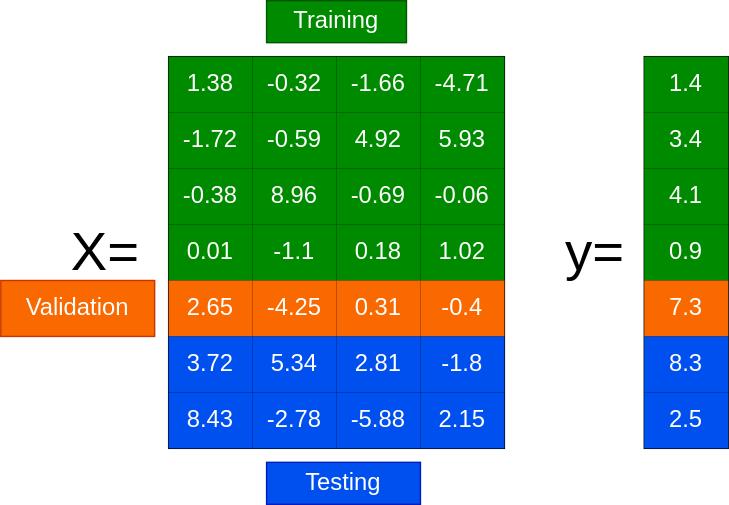
Before: images/split-data-three.svg, a diagram exported from draw.io (thomasjpfan/ml-workshop-intermediate-1-of-2). Source tidied: cells renumbered, new cells last; positions are measured from the earlier drawing's top-left corner, leaving out a move shared by most shapes.
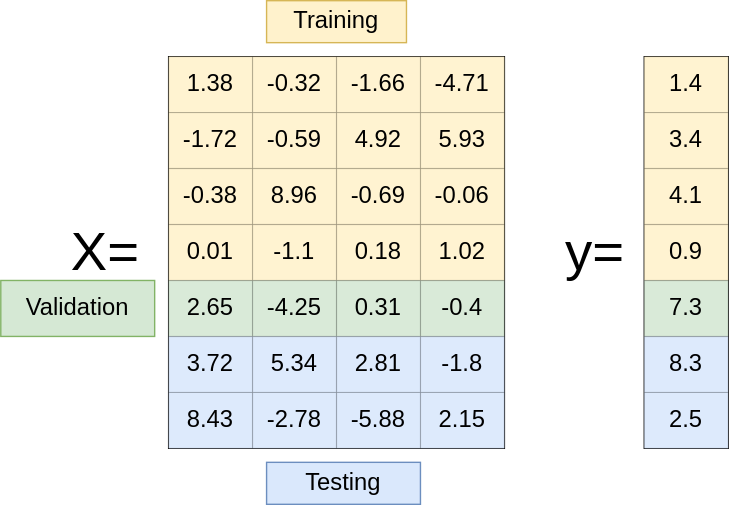
After the commit.

What changed in the source:
```diff
@@ -14,106 +14,106 @@
     <mxCell id="5" style="shape=partialRectangle;html=1;whiteSpace=wrap;fillColor=none;top=0;left=0;bottom=0;right=0;fontSize=17;" parent="4" vertex="1">
       <mxGeometry width="240" height="40" as="geometry" />
     </mxCell>
-    <mxCell id="6" value="1.38" style="shape=partialRectangle;html=1;whiteSpace=wrap;overflow=hidden;top=0;left=0;bottom=0;right=0;fontSize=17;strokeColor=#005700;fillColor=#008a00;fontColor=#ffffff;" parent="5" vertex="1">
+    <mxCell id="6" value="1.38" style="shape=partialRectangle;html=1;whiteSpace=wrap;overflow=hidden;top=0;left=0;bottom=0;right=0;fontSize=17;strokeColor=#d6b656;fillColor=#fff2cc;opacity=90;" parent="5" vertex="1">
       <mxGeometry width="60" height="40" as="geometry" />
     </mxCell>
-    <mxCell id="7" value="-0.32" style="shape=partialRectangle;html=1;whiteSpace=wrap;overflow=hidden;top=0;left=0;bottom=0;right=0;fontSize=17;strokeColor=#005700;fillColor=#008a00;fontColor=#ffffff;" parent="5" vertex="1">
+    <mxCell id="7" value="-0.32" style="shape=partialRectangle;html=1;whiteSpace=wrap;overflow=hidden;top=0;left=0;bottom=0;right=0;fontSize=17;strokeColor=#d6b656;fillColor=#fff2cc;opacity=90;" parent="5" vertex="1">
       <mxGeometry x="60" width="60" height="40" as="geometry" />
     </mxCell>
-    <mxCell id="8" value="-1.66" style="shape=partialRectangle;html=1;whiteSpace=wrap;overflow=hidden;top=0;left=0;bottom=0;right=0;fontSize=17;strokeColor=#005700;fillColor=#008a00;fontColor=#ffffff;" parent="5" vertex="1">
+    <mxCell id="8" value="-1.66" style="shape=partialRectangle;html=1;whiteSpace=wrap;overflow=hidden;top=0;left=0;bottom=0;right=0;fontSize=17;strokeColor=#d6b656;fillColor=#fff2cc;opacity=90;" parent="5" vertex="1">
       <mxGeometry x="120" width="60" height="40" as="geometry" />
     </mxCell>
-    <mxCell id="9" value="-4.71" style="shape=partialRectangle;html=1;whiteSpace=wrap;overflow=hidden;top=0;left=0;bottom=0;right=0;fontSize=17;strokeColor=#005700;fillColor=#008a00;fontColor=#ffffff;" parent="5" vertex="1">
+    <mxCell id="9" value="-4.71" style="shape=partialRectangle;html=1;whiteSpace=wrap;overflow=hidden;top=0;left=0;bottom=0;right=0;fontSize=17;strokeColor=#d6b656;fillColor=#fff2cc;opacity=90;" parent="5" vertex="1">
       <mxGeometry x="180" width="60" height="40" as="geometry" />
     </mxCell>
     <mxCell id="10" style="shape=partialRectangle;html=1;whiteSpace=wrap;fillColor=none;top=0;left=0;bottom=0;right=0;fontSize=17;" parent="4" vertex="1">
       <mxGeometry y="40" width="240" height="40" as="geometry" />
     </mxCell>
-    <mxCell id="11" value="-1.72" style="shape=partialRectangle;html=1;whiteSpace=wrap;overflow=hidden;top=0;left=0;bottom=0;right=0;fontSize=17;fillColor=#008a00;strokeColor=#005700;fontColor=#ffffff;" parent="10" vertex="1">
+    <mxCell id="11" value="-1.72" style="shape=partialRectangle;html=1;whiteSpace=wrap;overflow=hidden;top=0;left=0;bottom=0;right=0;fontSize=17;fillColor=#fff2cc;strokeColor=#d6b656;opacity=90;" parent="10" vertex="1">
       <mxGeometry width="60" height="40" as="geometry" />
     </mxCell>
-    <mxCell id="12" value="-0.59" style="shape=partialRectangle;html=1;whiteSpace=wrap;overflow=hidden;top=0;left=0;bottom=0;right=0;fontSize=17;strokeColor=#005700;fillColor=#008a00;fontColor=#ffffff;" parent="10" vertex="1">
+    <mxCell id="12" value="-0.59" style="shape=partialRectangle;html=1;whiteSpace=wrap;overflow=hidden;top=0;left=0;bottom=0;right=0;fontSize=17;strokeColor=#d6b656;fillColor=#fff2cc;opacity=90;" parent="10" vertex="1">
       <mxGeometry x="60" width="60" height="40" as="geometry" />
     </mxCell>
-    <mxCell id="13" value="4.92" style="shape=partialRectangle;html=1;whiteSpace=wrap;overflow=hidden;top=0;left=0;bottom=0;right=0;fontSize=17;fillColor=#008a00;strokeColor=#005700;fontColor=#ffffff;" parent="10" vertex="1">
+    <mxCell id="13" value="4.92" style="shape=partialRectangle;html=1;whiteSpace=wrap;overflow=hidden;top=0;left=0;bottom=0;right=0;fontSize=17;fillColor=#fff2cc;strokeColor=#d6b656;opacity=90;" parent="10" vertex="1">
       <mxGeometry x="120" width="60" height="40" as="geometry" />
     </mxCell>
-    <mxCell id="14" value="5.93" style="shape=partialRectangle;html=1;whiteSpace=wrap;overflow=hidden;top=0;left=0;bottom=0;right=0;fontSize=17;fillColor=#008a00;strokeColor=#005700;fontColor=#ffffff;" parent="10" vertex="1">
+    <mxCell id="14" value="5.93" style="shape=partialRectangle;html=1;whiteSpace=wrap;overflow=hidden;top=0;left=0;bottom=0;right=0;fontSize=17;fillColor=#fff2cc;strokeColor=#d6b656;opacity=90;" parent="10" vertex="1">
       <mxGeometry x="180" width="60" height="40" as="geometry" />
     </mxCell>
     <mxCell id="15" style="shape=partialRectangle;html=1;whiteSpace=wrap;fillColor=none;top=0;left=0;bottom=0;right=0;fontSize=17;" parent="4" vertex="1">
       <mxGeometry y="80" width="240" height="40" as="geometry" />
     </mxCell>
-    <mxCell id="16" value="-0.38" style="shape=partialRectangle;html=1;whiteSpace=wrap;overflow=hidden;top=0;left=0;bottom=0;right=0;fontSize=17;fillColor=#008a00;strokeColor=#005700;fontColor=#ffffff;" parent="15" vertex="1">
+    <mxCell id="16" value="-0.38" style="shape=partialRectangle;html=1;whiteSpace=wrap;overflow=hidden;top=0;left=0;bottom=0;right=0;fontSize=17;fillColor=#fff2cc;strokeColor=#d6b656;opacity=90;" parent="15" vertex="1">
       <mxGeometry width="60" height="40" as="geometry" />
     </mxCell>
-    <mxCell id="17" value="8.96" style="shape=partialRectangle;html=1;whiteSpace=wrap;overflow=hidden;top=0;left=0;bottom=0;right=0;fontSize=17;strokeColor=#005700;fillColor=#008a00;fontColor=#ffffff;" parent="15" vertex="1">
+    <mxCell id="17" value="8.96" style="shape=partialRectangle;html=1;whiteSpace=wrap;overflow=hidden;top=0;left=0;bottom=0;right=0;fontSize=17;strokeColor=#d6b656;fillColor=#fff2cc;opacity=90;" parent="15" vertex="1">
       <mxGeometry x="60" width="60" height="40" as="geometry" />
     </mxCell>
-    <mxCell id="18" value="-0.69" style="shape=partialRectangle;html=1;whiteSpace=wrap;overflow=hidden;top=0;left=0;bottom=0;right=0;fontSize=17;fillColor=#008a00;strokeColor=#005700;fontColor=#ffffff;" parent="15" vertex="1">
+    <mxCell id="18" value="-0.69" style="shape=partialRectangle;html=1;whiteSpace=wrap;overflow=hidden;top=0;left=0;bottom=0;right=0;fontSize=17;fillColor=#fff2cc;strokeColor=#d6b656;opacity=90;" parent="15" vertex="1">
       <mxGeometry x="120" width="60" height="40" as="geometry" />
     </mxCell>
-    <mxCell id="19" value="-0.06" style="shape=partialRectangle;html=1;whiteSpace=wrap;overflow=hidden;top=0;left=0;bottom=0;right=0;fontSize=17;fillColor=#008a00;strokeColor=#005700;fontColor=#ffffff;" parent="15" vertex="1">
+    <mxCell id="19" value="-0.06" style="shape=partialRectangle;html=1;whiteSpace=wrap;overflow=hidden;top=0;left=0;bottom=0;right=0;fontSize=17;fillColor=#fff2cc;strokeColor=#d6b656;opacity=90;" parent="15" vertex="1">
       <mxGeometry x="180" width="60" height="40" as="geometry" />
     </mxCell>
     <mxCell id="20" style="shape=partialRectangle;html=1;whiteSpace=wrap;fillColor=none;top=0;left=0;bottom=0;right=0;fontSize=17;" parent="4" vertex="1">
       <mxGeometry y="120" width="240" height="40" as="geometry" />
     </mxCell>
-    <mxCell id="21" value="0.01" style="shape=partialRectangle;html=1;whiteSpace=wrap;overflow=hidden;top=0;left=0;bottom=0;right=0;fontSize=17;fillColor=#008a00;strokeColor=#005700;fontColor=#ffffff;" parent="20" vertex="1">
+    <mxCell id="21" value="0.01" style="shape=partialRectangle;html=1;whiteSpace=wrap;overflow=hidden;top=0;left=0;bottom=0;right=0;fontSize=17;fillColor=#fff2cc;strokeColor=#d6b656;opacity=90;" parent="20" vertex="1">
       <mxGeometry width="60" height="40" as="geometry" />
     </mxCell>
-    <mxCell id="22" value="-1.1" style="shape=partialRectangle;html=1;whiteSpace=wrap;overflow=hidden;top=0;left=0;bottom=0;right=0;fontSize=17;strokeColor=#005700;fillColor=#008a00;fontColor=#ffffff;" parent="20" vertex="1">
+    <mxCell id="22" value="-1.1" style="shape=partialRectangle;html=1;whiteSpace=wrap;overflow=hidden;top=0;left=0;bottom=0;right=0;fontSize=17;strokeColor=#d6b656;fillColor=#fff2cc;opacity=90;" parent="20" vertex="1">
       <mxGeometry x="60" width="60" height="40" as="geometry" />
     </mxCell>
-    <mxCell id="23" value="0.18" style="shape=partialRectangle;html=1;whiteSpace=wrap;overflow=hidden;top=0;left=0;bottom=0;right=0;fontSize=17;fillColor=#008a00;strokeColor=#005700;fontColor=#ffffff;" parent="20" vertex="1">
+    <mxCell id="23" value="0.18" style="shape=partialRectangle;html=1;whiteSpace=wrap;overflow=hidden;top=0;left=0;bottom=0;right=0;fontSize=17;fillColor=#fff2cc;strokeColor=#d6b656;opacity=90;" parent="20" vertex="1">
       <mxGeometry x="120" width="60" height="40" as="geometry" />
     </mxCell>
-    <mxCell id="24" value="1.02" style="shape=partialRectangle;html=1;whiteSpace=wrap;overflow=hidden;top=0;left=0;bottom=0;right=0;fontSize=17;fillColor=#008a00;strokeColor=#005700;fontColor=#ffffff;" parent="20" vertex="1">
+    <mxCell id="24" value="1.02" style="shape=partialRectangle;html=1;whiteSpace=wrap;overflow=hidden;top=0;left=0;bottom=0;right=0;fontSize=17;fillColor=#fff2cc;strokeColor=#d6b656;opacity=90;" parent="20" vertex="1">
       <mxGeometry x="180" width="60" height="40" as="geometry" />
     </mxCell>
     <mxCell id="25" style="shape=partialRectangle;html=1;whiteSpace=wrap;fillColor=none;top=0;left=0;bottom=0;right=0;fontSize=17;" parent="4" vertex="1">
       <mxGeometry y="160" width="240" height="40" as="geometry" />
     </mxCell>
-    <mxCell id="26" value="2.65" style="shape=partialRectangle;html=1;whiteSpace=wrap;overflow=hidden;top=0;left=0;bottom=0;right=0;fontSize=17;fillColor=#fa6800;strokeColor=#C73500;fontColor=#ffffff;" parent="25" vertex="1">
+    <mxCell id="26" value="2.65" style="shape=partialRectangle;html=1;whiteSpace=wrap;overflow=hidden;top=0;left=0;bottom=0;right=0;fontSize=17;fillColor=#d5e8d4;strokeColor=#82b366;opacity=90;" parent="25" vertex="1">
       <mxGeometry width="60" height="40" as="geometry" />
     </mxCell>
-    <mxCell id="27" value="-4.25" style="shape=partialRectangle;html=1;whiteSpace=wrap;overflow=hidden;top=0;left=0;bottom=0;right=0;fontSize=17;strokeColor=#C73500;fillColor=#fa6800;fontColor=#ffffff;" parent="25" vertex="1">
+    <mxCell id="27" value="-4.25" style="shape=partialRectangle;html=1;whiteSpace=wrap;overflow=hidden;top=0;left=0;bottom=0;right=0;fontSize=17;strokeColor=#82b366;fillColor=#d5e8d4;opacity=90;" parent="25" vertex="1">
       <mxGeometry x="60" width="60" height="40" as="geometry" />
     </mxCell>
-    <mxCell id="28" value="0.31" style="shape=partialRectangle;html=1;whiteSpace=wrap;overflow=hidden;top=0;left=0;bottom=0;right=0;fontSize=17;fillColor=#fa6800;strokeColor=#C73500;fontColor=#ffffff;" parent="25" vertex="1">
+    <mxCell id="28" value="0.31" style="shape=partialRectangle;html=1;whiteSpace=wrap;overflow=hidden;top=0;left=0;bottom=0;right=0;fontSize=17;fillColor=#d5e8d4;strokeColor=#82b366;opacity=90;" parent="25" vertex="1">
       <mxGeometry x="120" width="60" height="40" as="geometry" />
     </mxCell>
-    <mxCell id="29" value="-0.4" style="shape=partialRectangle;html=1;whiteSpace=wrap;overflow=hidden;top=0;left=0;bottom=0;right=0;fontSize=17;fillColor=#fa6800;strokeColor=#C73500;fontColor=#ffffff;" parent="25" vertex="1">
+    <mxCell id="29" value="-0.4" style="shape=partialRectangle;html=1;whiteSpace=wrap;overflow=hidden;top=0;left=0;bottom=0;right=0;fontSize=17;fillColor=#d5e8d4;strokeColor=#82b366;opacity=90;" parent="25" vertex="1">
       <mxGeometry x="180" width="60" height="40" as="geometry" />
     </mxCell>
     <mxCell id="30" style="shape=partialRectangle;html=1;whiteSpace=wrap;fillColor=none;top=0;left=0;bottom=0;right=0;fontSize=17;" parent="4" vertex="1">
       <mxGeometry y="200" width="240" height="40" as="geometry" />
     </mxCell>
-    <mxCell id="31" value="3.72" style="shape=partialRectangle;html=1;whiteSpace=wrap;overflow=hidden;fillColor=#0050ef;top=0;left=0;bottom=0;right=0;fontSize=17;strokeColor=#001DBC;fontColor=#ffffff;" parent="30" vertex="1">
+    <mxCell id="31" value="3.72" style="shape=partialRectangle;html=1;whiteSpace=wrap;overflow=hidden;fillColor=#dae8fc;top=0;left=0;bottom=0;right=0;fontSize=17;strokeColor=#6c8ebf;opacity=90;" parent="30" vertex="1">
       <mxGeometry width="60" height="40" as="geometry" />
     </mxCell>
-    <mxCell id="32" value="5.34" style="shape=partialRectangle;html=1;whiteSpace=wrap;overflow=hidden;top=0;left=0;bottom=0;right=0;fontSize=17;strokeColor=#001DBC;fillColor=#0050ef;fontColor=#ffffff;" parent="30" vertex="1">
+    <mxCell id="32" value="5.34" style="shape=partialRectangle;html=1;whiteSpace=wrap;overflow=hidden;top=0;left=0;bottom=0;right=0;fontSize=17;strokeColor=#6c8ebf;fillColor=#dae8fc;opacity=90;" parent="30" vertex="1">
       <mxGeometry x="60" width="60" height="40" as="geometry" />
     </mxCell>
-    <mxCell id="33" value="2.81" style="shape=partialRectangle;html=1;whiteSpace=wrap;overflow=hidden;fillColor=#0050ef;top=0;left=0;bottom=0;right=0;fontSize=17;strokeColor=#001DBC;fontColor=#ffffff;" parent="30" vertex="1">
+    <mxCell id="33" value="2.81" style="shape=partialRectangle;html=1;whiteSpace=wrap;overflow=hidden;fillColor=#dae8fc;top=0;left=0;bottom=0;right=0;fontSize=17;strokeColor=#6c8ebf;opacity=90;" parent="30" vertex="1">
       <mxGeometry x="120" width="60" height="40" as="geometry" />
     </mxCell>
-    <mxCell id="34" value="-1.8" style="shape=partialRectangle;html=1;whiteSpace=wrap;overflow=hidden;fillColor=#0050ef;top=0;left=0;bottom=0;right=0;fontSize=17;strokeColor=#001DBC;fontColor=#ffffff;" parent="30" vertex="1">
+    <mxCell id="34" value="-1.8" style="shape=partialRectangle;html=1;whiteSpace=wrap;overflow=hidden;fillColor=#dae8fc;top=0;left=0;bottom=0;right=0;fontSize=17;strokeColor=#6c8ebf;opacity=90;" parent="30" vertex="1">
       <mxGeometry x="180" width="60" height="40" as="geometry" />
     </mxCell>
     <mxCell id="35" style="shape=partialRectangle;html=1;whiteSpace=wrap;fillColor=none;top=0;left=0;bottom=0;right=0;fontSize=17;" parent="4" vertex="1">
       <mxGeometry y="240" width="240" height="40" as="geometry" />
     </mxCell>
-    <mxCell id="36" value="8.43" style="shape=partialRectangle;html=1;whiteSpace=wrap;overflow=hidden;fillColor=#0050ef;top=0;left=0;bottom=0;right=0;fontSize=17;strokeColor=#001DBC;fontColor=#ffffff;" parent="35" vertex="1">
+    <mxCell id="36" value="8.43" style="shape=partialRectangle;html=1;whiteSpace=wrap;overflow=hidden;fillColor=#dae8fc;top=0;left=0;bottom=0;right=0;fontSize=17;strokeColor=#6c8ebf;opacity=90;" parent="35" vertex="1">
       <mxGeometry width="60" height="40" as="geometry" />
     </mxCell>
-    <mxCell id="37" value="-2.78" style="shape=partialRectangle;html=1;whiteSpace=wrap;overflow=hidden;top=0;left=0;bottom=0;right=0;fontSize=17;strokeColor=#001DBC;fillColor=#0050ef;fontColor=#ffffff;" parent="35" vertex="1">
+    <mxCell id="37" value="-2.78" style="shape=partialRectangle;html=1;whiteSpace=wrap;overflow=hidden;top=0;left=0;bottom=0;right=0;fontSize=17;strokeColor=#6c8ebf;fillColor=#dae8fc;opacity=90;" parent="35" vertex="1">
       <mxGeometry x="60" width="60" height="40" as="geometry" />
     </mxCell>
-    <mxCell id="38" value="-5.88" style="shape=partialRectangle;html=1;whiteSpace=wrap;overflow=hidden;fillColor=#0050ef;top=0;left=0;bottom=0;right=0;fontSize=17;strokeColor=#001DBC;fontColor=#ffffff;" parent="35" vertex="1">
+    <mxCell id="38" value="-5.88" style="shape=partialRectangle;html=1;whiteSpace=wrap;overflow=hidden;fillColor=#dae8fc;top=0;left=0;bottom=0;right=0;fontSize=17;strokeColor=#6c8ebf;opacity=90;" parent="35" vertex="1">
       <mxGeometry x="120" width="60" height="40" as="geometry" />
     </mxCell>
-    <mxCell id="39" value="2.15" style="shape=partialRectangle;html=1;whiteSpace=wrap;overflow=hidden;fillColor=#0050ef;top=0;left=0;bottom=0;right=0;fontSize=17;strokeColor=#001DBC;fontColor=#ffffff;" parent="35" vertex="1">
+    <mxCell id="39" value="2.15" style="shape=partialRectangle;html=1;whiteSpace=wrap;overflow=hidden;fillColor=#dae8fc;top=0;left=0;bottom=0;right=0;fontSize=17;strokeColor=#6c8ebf;opacity=90;" parent="35" vertex="1">
       <mxGeometry x="180" width="60" height="40" as="geometry" />
     </mxCell>
     <mxCell id="40" style="shape=table;html=1;whiteSpace=wrap;startSize=0;fontSize=17;" parent="1" vertex="1">
@@ -122,52 +122,52 @@
     <mxCell id="41" style="shape=partialRectangle;html=1;whiteSpace=wrap;fillColor=none;top=0;left=0;bottom=0;right=0;" parent="40" vertex="1">
       <mxGeometry width="60" height="40" as="geometry" />
     </mxCell>
-    <mxCell id="42" value="1.4" style="shape=partialRectangle;html=1;whiteSpace=wrap;overflow=hidden;fillColor=#008a00;top=0;left=0;bottom=0;right=0;strokeColor=#005700;fontColor=#ffffff;fontSize=17;" parent="41" vertex="1">
+    <mxCell id="42" value="1.4" style="shape=partialRectangle;html=1;whiteSpace=wrap;overflow=hidden;fillColor=#fff2cc;top=0;left=0;bottom=0;right=0;strokeColor=#d6b656;fontSize=17;opacity=90;" parent="41" vertex="1">
       <mxGeometry width="60" height="40" as="geometry" />
     </mxCell>
     <mxCell id="43" style="shape=partialRectangle;html=1;whiteSpace=wrap;fillColor=none;top=0;left=0;bottom=0;right=0;" parent="40" vertex="1">
       <mxGeometry y="40" width="60" height="40" as="geometry" />
     </mxCell>
-    <mxCell id="44" value="3.4" style="shape=partialRectangle;html=1;whiteSpace=wrap;overflow=hidden;fillColor=#008a00;top=0;left=0;bottom=0;right=0;strokeColor=#005700;fontColor=#ffffff;fontSize=17;" parent="43" vertex="1">
+    <mxCell id="44" value="3.4" style="shape=partialRectangle;html=1;whiteSpace=wrap;overflow=hidden;fillColor=#fff2cc;top=0;left=0;bottom=0;right=0;strokeColor=#d6b656;fontSize=17;opacity=90;" parent="43" vertex="1">
       <mxGeometry width="60" height="40" as="geometry" />
     </mxCell>
     <mxCell id="45" style="shape=partialRectangle;html=1;whiteSpace=wrap;fillColor=none;top=0;left=0;bottom=0;right=0;" parent="40" vertex="1">
       <mxGeometry y="80" width="60" height="40" as="geometry" />
     </mxCell>
-    <mxCell id="46" value="4.1" style="shape=partialRectangle;html=1;whiteSpace=wrap;overflow=hidden;fillColor=#008a00;top=0;left=0;bottom=0;right=0;strokeColor=#005700;fontColor=#ffffff;fontSize=17;" parent="45" vertex="1">
+    <mxCell id="46" value="4.1" style="shape=partialRectangle;html=1;whiteSpace=wrap;overflow=hidden;fillColor=#fff2cc;top=0;left=0;bottom=0;right=0;strokeColor=#d6b656;fontSize=17;opacity=90;" parent="45" vertex="1">
       <mxGeometry width="60" height="40" as="geometry" />
     </mxCell>
     <mxCell id="47" style="shape=partialRectangle;html=1;whiteSpace=wrap;fillColor=none;top=0;left=0;bottom=0;right=0;" parent="40" vertex="1">
       <mxGeometry y="120" width="60" height="40" as="geometry" />
     </mxCell>
-    <mxCell id="48" value="0.9" style="shape=partialRectangle;html=1;whiteSpace=wrap;overflow=hidden;fillColor=#008a00;top=0;left=0;bottom=0;right=0;strokeColor=#005700;fontColor=#ffffff;fontSize=17;" parent="47" vertex="1">
+    <mxCell id="48" value="0.9" style="shape=partialRectangle;html=1;whiteSpace=wrap;overflow=hidden;fillColor=#fff2cc;top=0;left=0;bottom=0;right=0;strokeColor=#d6b656;fontSize=17;opacity=90;" parent="47" vertex="1">
       <mxGeometry width="60" height="40" as="geometry" />
     </mxCell>
     <mxCell id="49" style="shape=partialRectangle;html=1;whiteSpace=wrap;fillColor=none;top=0;left=0;bottom=0;right=0;" parent="40" vertex="1">
       <mxGeometry y="160" width="60" height="40" as="geometry" />
     </mxCell>
-    <mxCell id="50" value="7.3" style="shape=partialRectangle;html=1;whiteSpace=wrap;overflow=hidden;fillColor=#fa6800;top=0;left=0;bottom=0;right=0;strokeColor=#C73500;fontColor=#ffffff;fontSize=17;" parent="49" vertex="1">
+    <mxCell id="50" value="7.3" style="shape=partialRectangle;html=1;whiteSpace=wrap;overflow=hidden;fillColor=#d5e8d4;top=0;left=0;bottom=0;right=0;strokeColor=#82b366;fontSize=17;opacity=90;" parent="49" vertex="1">
       <mxGeometry width="60" height="40" as="geometry" />
     </mxCell>
     <mxCell id="51" style="shape=partialRectangle;html=1;whiteSpace=wrap;fillColor=none;top=0;left=0;bottom=0;right=0;" parent="40" vertex="1">
       <mxGeometry y="200" width="60" height="40" as="geometry" />
     </mxCell>
-    <mxCell id="52" value="8.3" style="shape=partialRectangle;html=1;whiteSpace=wrap;overflow=hidden;fillColor=#0050ef;top=0;left=0;bottom=0;right=0;strokeColor=#001DBC;fontColor=#ffffff;fontSize=17;" parent="51" vertex="1">
+    <mxCell id="52" value="8.3" style="shape=partialRectangle;html=1;whiteSpace=wrap;overflow=hidden;fillColor=#dae8fc;top=0;left=0;bottom=0;right=0;strokeColor=#6c8ebf;fontSize=17;opacity=90;" parent="51" vertex="1">
       <mxGeometry width="60" height="40" as="geometry" />
     </mxCell>
     <mxCell id="53" style="shape=partialRectangle;html=1;whiteSpace=wrap;fillColor=none;top=0;left=0;bottom=0;right=0;" parent="40" vertex="1">
       <mxGeometry y="240" width="60" height="40" as="geometry" />
     </mxCell>
-    <mxCell id="54" value="2.5" style="shape=partialRectangle;html=1;whiteSpace=wrap;overflow=hidden;fillColor=#0050ef;top=0;left=0;bottom=0;right=0;strokeColor=#001DBC;fontColor=#ffffff;fontSize=17;" parent="53" vertex="1">
+    <mxCell id="54" value="2.5" style="shape=partialRectangle;html=1;whiteSpace=wrap;overflow=hidden;fillColor=#dae8fc;top=0;left=0;bottom=0;right=0;strokeColor=#6c8ebf;fontSize=17;opacity=90;" parent="53" vertex="1">
       <mxGeometry width="60" height="40" as="geometry" />
     </mxCell>
-    <mxCell id="55" value="Training" style="text;html=1;strokeColor=#005700;fillColor=#008a00;align=center;verticalAlign=middle;whiteSpace=wrap;rounded=0;labelBackgroundColor=none;fontSize=17;fontColor=#ffffff;" parent="1" vertex="1">
+    <mxCell id="55" value="Training" style="text;html=1;strokeColor=#d6b656;fillColor=#fff2cc;align=center;verticalAlign=middle;whiteSpace=wrap;rounded=0;labelBackgroundColor=none;fontSize=17;" parent="1" vertex="1">
       <mxGeometry x="190" width="100" height="30" as="geometry" />
     </mxCell>
-    <mxCell id="56" value="Testing" style="text;html=1;strokeColor=#001DBC;fillColor=#0050ef;align=center;verticalAlign=middle;whiteSpace=wrap;rounded=0;labelBackgroundColor=none;fontSize=17;fontColor=#ffffff;" parent="1" vertex="1">
+    <mxCell id="56" value="Testing" style="text;html=1;strokeColor=#6c8ebf;fillColor=#dae8fc;align=center;verticalAlign=middle;whiteSpace=wrap;rounded=0;labelBackgroundColor=none;fontSize=17;" parent="1" vertex="1">
       <mxGeometry x="190" y="330" width="110" height="30" as="geometry" />
     </mxCell>
-    <mxCell id="57" value="Validation" style="text;html=1;strokeColor=#C73500;fillColor=#fa6800;align=center;verticalAlign=middle;whiteSpace=wrap;rounded=0;labelBackgroundColor=none;fontSize=17;fontColor=#ffffff;" parent="1" vertex="1">
+    <mxCell id="57" value="Validation" style="text;html=1;strokeColor=#82b366;fillColor=#d5e8d4;align=center;verticalAlign=middle;whiteSpace=wrap;rounded=0;labelBackgroundColor=none;fontSize=17;" parent="1" vertex="1">
       <mxGeometry y="200" width="110" height="40" as="geometry" />
     </mxCell>
   </root>
```
